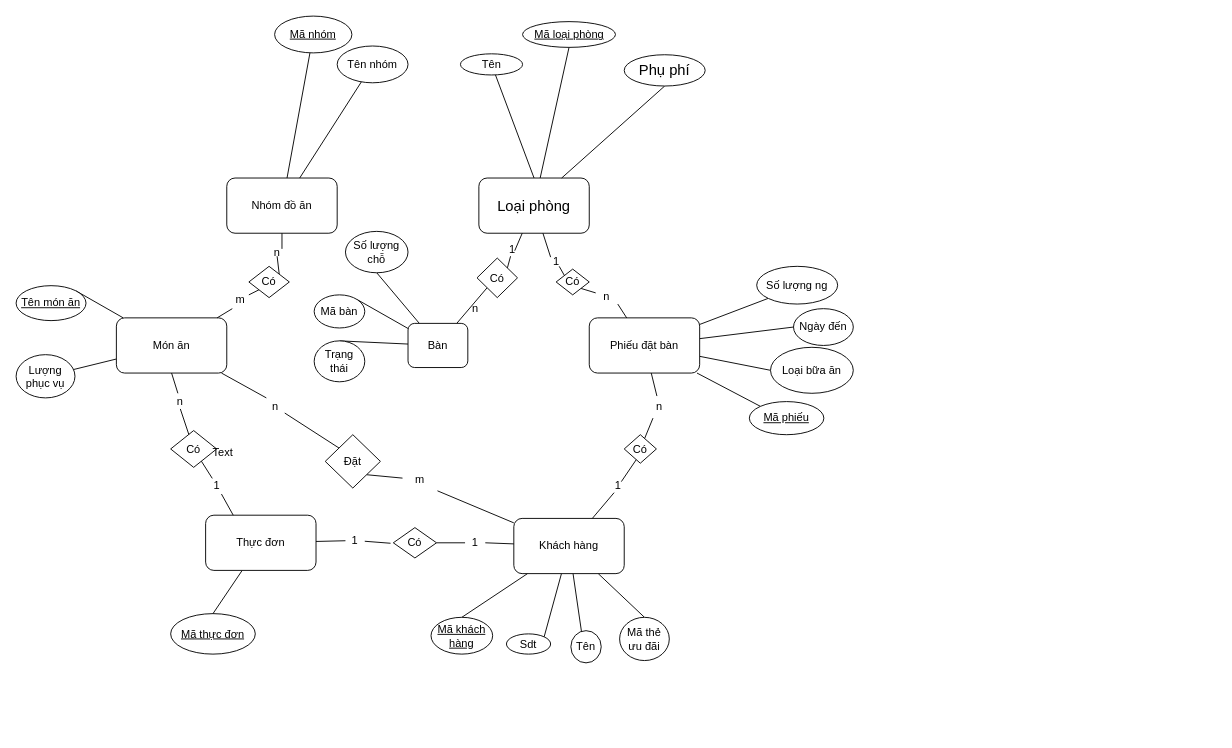
phuongman/BTVN_CSDL keeps this draw.io diagram as Nhahang.drawio. Above is the earlier version. Source tidied: cells renumbered, new cells numbered last; positions are measured from the earlier drawing's top-left corner, leaving out a move shared by most shapes. Both pictures are drawn from the tidied source at 92%, with x=0, y=0 at pixel (16, 16).
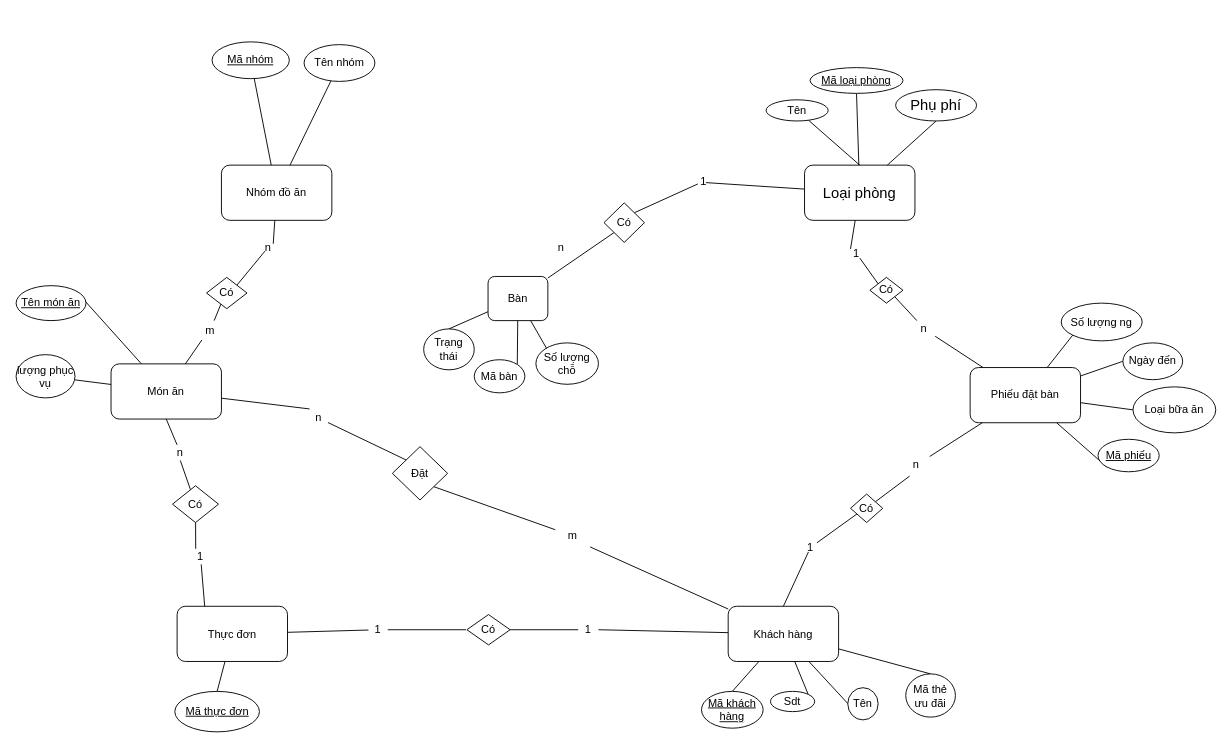
The same page after the edit.

What changed in the source:
```diff
@@
     <mxCell id="2" value="n" style="text;html=1;strokeColor=none;fillColor=none;align=center;verticalAlign=middle;whiteSpace=wrap;rounded=0;fontSize=12;fontFamily=Helvetica;fontColor=default;" parent="1" vertex="1">
-      <mxGeometry x="490.5" y="310" width="17" height="15" as="geometry" />
+      <mxGeometry x="584" y="244" width="17" height="15" as="geometry" />
     </mxCell>
@@
     <mxCell id="6" value="Bàn" style="rounded=1;whiteSpace=wrap;html=1;fontFamily=Helvetica;fontSize=12;fontColor=default;" parent="1" vertex="1">
-      <mxGeometry x="426" y="334" width="65" height="48" as="geometry" />
+      <mxGeometry x="513" y="283" width="65" height="48" as="geometry" />
     </mxCell>
@@
     <mxCell id="10" value="Loại phòng" style="rounded=1;whiteSpace=wrap;html=1;fontSize=16;" parent="1" vertex="1">
-      <mxGeometry x="503" y="176" width="120" height="60" as="geometry" />
+      <mxGeometry x="857" y="162" width="120" height="60" as="geometry" />
     </mxCell>
@@
     <mxCell id="12" value="Phụ phí" style="ellipse;whiteSpace=wrap;html=1;fontSize=16;" parent="1" vertex="1">
-      <mxGeometry x="661" y="42" width="88" height="34" as="geometry" />
+      <mxGeometry x="956" y="80" width="88" height="34" as="geometry" />
     </mxCell>
@@
     <mxCell id="20" value="Khách hàng" style="rounded=1;whiteSpace=wrap;html=1;fontFamily=Helvetica;fontSize=12;fontColor=default;" parent="1" vertex="1">
-      <mxGeometry x="541" y="546" width="120" height="60" as="geometry" />
+      <mxGeometry x="774" y="641.5" width="120" height="60" as="geometry" />
     </mxCell>
@@
     <mxCell id="26" value="Phiếu đặt bàn" style="rounded=1;whiteSpace=wrap;html=1;fontFamily=Helvetica;fontSize=12;fontColor=default;" parent="1" vertex="1">
-      <mxGeometry x="623" y="328" width="120" height="60" as="geometry" />
+      <mxGeometry x="1037" y="382" width="120" height="60" as="geometry" />
     </mxCell>
@@
     <mxCell id="28" value="Nhóm đồ ăn" style="rounded=1;whiteSpace=wrap;html=1;fontFamily=Helvetica;fontSize=12;fontColor=default;" parent="1" vertex="1">
-      <mxGeometry x="229" y="176" width="120" height="60" as="geometry" />
+      <mxGeometry x="223.2" y="162" width="120" height="60" as="geometry" />
     </mxCell>
@@
-    <mxCell id="31" style="edgeStyle=none;shape=connector;rounded=0;jettySize=auto;html=1;entryX=0;entryY=1;entryDx=0;entryDy=0;labelBackgroundColor=default;strokeColor=default;align=center;verticalAlign=middle;fontFamily=Helvetica;fontSize=12;fontColor=default;endArrow=none;endFill=0;startSize=8;endSize=8;" parent="1" edge="1" source="93" target="58">
+    <mxCell id="31" style="edgeStyle=none;shape=connector;rounded=0;jettySize=auto;html=1;entryX=0.355;entryY=0.853;entryDx=0;entryDy=0;labelBackgroundColor=default;strokeColor=default;align=center;verticalAlign=middle;fontFamily=Helvetica;fontSize=12;fontColor=default;endArrow=none;endFill=0;startSize=8;endSize=8;entryPerimeter=0;" parent="1" edge="1" source="93" target="58">
       <mxGeometry relative="1" as="geometry" />
     </mxCell>
@@
     <mxCell id="33" value="Món ăn" style="rounded=1;whiteSpace=wrap;html=1;fontFamily=Helvetica;fontSize=12;fontColor=default;" parent="1" vertex="1">
-      <mxGeometry x="109" y="328" width="120" height="60" as="geometry" />
+      <mxGeometry x="103.2" y="378" width="120" height="60" as="geometry" />
     </mxCell>
@@
     <mxCell id="35" style="edgeStyle=none;shape=connector;rounded=0;jettySize=auto;html=1;labelBackgroundColor=default;strokeColor=default;align=center;verticalAlign=middle;fontFamily=Helvetica;fontSize=12;fontColor=default;endArrow=none;endFill=0;startSize=8;endSize=8;" parent="1" edge="1" source="89">
       <mxGeometry relative="1" as="geometry">
-        <mxPoint x="407" y="573" as="targetPoint" />
+        <mxPoint x="489" y="667" as="targetPoint" />
       </mxGeometry>
     </mxCell>
     <mxCell id="36" value="Thực đơn" style="rounded=1;whiteSpace=wrap;html=1;fontFamily=Helvetica;fontSize=12;fontColor=default;" parent="1" vertex="1">
-      <mxGeometry x="206" y="542.5" width="120" height="60" as="geometry" />
+      <mxGeometry x="175" y="641.5" width="120" height="60" as="geometry" />
     </mxCell>
@@
     <mxCell id="38" value="Tên" style="ellipse;whiteSpace=wrap;html=1;fontFamily=Helvetica;fontSize=12;fontColor=default;" parent="1" vertex="1">
-      <mxGeometry x="483" y="41" width="67.5" height="23" as="geometry" />
+      <mxGeometry x="815.2" y="91" width="67.5" height="23" as="geometry" />
     </mxCell>
     <mxCell id="39" value="&lt;u&gt;Mã loại phòng&lt;/u&gt;" style="ellipse;whiteSpace=wrap;html=1;fontFamily=Helvetica;fontSize=12;fontColor=default;" parent="1" vertex="1">
-      <mxGeometry x="550.5" y="6" width="101" height="28" as="geometry" />
+      <mxGeometry x="863" y="56" width="101" height="28" as="geometry" />
     </mxCell>
@@
     <mxCell id="41" value="Tên nhóm" style="ellipse;whiteSpace=wrap;html=1;fontFamily=Helvetica;fontSize=12;fontColor=default;" parent="1" vertex="1">
-      <mxGeometry x="349" y="32.5" width="77" height="40" as="geometry" />
+      <mxGeometry x="313" y="31" width="77" height="40" as="geometry" />
     </mxCell>
@@
     <mxCell id="43" value="&lt;u&gt;Mã nhóm&lt;/u&gt;" style="ellipse;whiteSpace=wrap;html=1;fontFamily=Helvetica;fontSize=12;fontColor=default;" parent="1" vertex="1">
-      <mxGeometry x="281" width="84" height="40" as="geometry" />
+      <mxGeometry x="213" y="28" width="84" height="40" as="geometry" />
     </mxCell>
@@
-    <mxCell id="45" value="Lượng phục vụ" style="ellipse;whiteSpace=wrap;html=1;fontFamily=Helvetica;fontSize=12;fontColor=default;" parent="1" vertex="1">
+    <mxCell id="45" value="lượng phục vụ" style="ellipse;whiteSpace=wrap;html=1;fontFamily=Helvetica;fontSize=12;fontColor=default;" parent="1" vertex="1">
       <mxGeometry y="368" width="64" height="47" as="geometry" />
     </mxCell>
     <mxCell id="46" value="Sdt" style="ellipse;whiteSpace=wrap;html=1;fontFamily=Helvetica;fontSize=12;fontColor=default;" parent="1" vertex="1">
-      <mxGeometry x="533" y="671.5" width="48" height="22" as="geometry" />
+      <mxGeometry x="820" y="734" width="48" height="22" as="geometry" />
     </mxCell>
     <mxCell id="47" value="Tên" style="ellipse;whiteSpace=wrap;html=1;fontFamily=Helvetica;fontSize=12;fontColor=default;direction=west;" parent="1" vertex="1">
-      <mxGeometry x="603" y="668" width="33" height="35" as="geometry" />
+      <mxGeometry x="904" y="730" width="33" height="35" as="geometry" />
     </mxCell>
     <mxCell id="48" value="Mã thẻ ưu đãi" style="ellipse;whiteSpace=wrap;html=1;fontFamily=Helvetica;fontSize=12;fontColor=default;" parent="1" vertex="1">
-      <mxGeometry x="656" y="653.5" width="54" height="47" as="geometry" />
+      <mxGeometry x="967" y="715" width="54" height="47" as="geometry" />
     </mxCell>
     <mxCell id="49" value="Ngày đến" style="ellipse;whiteSpace=wrap;html=1;fontFamily=Helvetica;fontSize=12;fontColor=default;" parent="1" vertex="1">
-      <mxGeometry x="845" y="318" width="65" height="40" as="geometry" />
+      <mxGeometry x="1203" y="355.2" width="65" height="40" as="geometry" />
     </mxCell>
     <mxCell id="50" value="Số lượng ng" style="ellipse;whiteSpace=wrap;html=1;fontFamily=Helvetica;fontSize=12;fontColor=default;" parent="1" vertex="1">
-      <mxGeometry x="805" y="272" width="88" height="41" as="geometry" />
+      <mxGeometry x="1136" y="312" width="88" height="41" as="geometry" />
     </mxCell>
-    <mxCell id="51" value="&lt;u&gt;Mã phiếu&lt;/u&gt;" style="ellipse;whiteSpace=wrap;html=1;fontFamily=Helvetica;fontSize=12;fontColor=default;" parent="1" vertex="1">
-      <mxGeometry x="797" y="419" width="81" height="36" as="geometry" />
+    <mxCell id="51" value="&lt;u&gt;Mã phiếu&lt;/u&gt;" style="ellipse;whiteSpace=wrap;html=1;fontFamily=Helvetica;fontSize=12;fontColor=default;rotation=0;direction=north;" parent="1" vertex="1">
+      <mxGeometry x="1176" y="460" width="66.5" height="35.3" as="geometry" />
     </mxCell>
     <mxCell id="52" value="Loại bữa ăn" style="ellipse;whiteSpace=wrap;html=1;fontFamily=Helvetica;fontSize=12;fontColor=default;" parent="1" vertex="1">
-      <mxGeometry x="820" y="360" width="90" height="50" as="geometry" />
+      <mxGeometry x="1214" y="403" width="90" height="50" as="geometry" />
     </mxCell>
     <mxCell id="53" value="&lt;u&gt;Mã thực đơn&lt;/u&gt;" style="ellipse;whiteSpace=wrap;html=1;fontFamily=Helvetica;fontSize=12;fontColor=default;" parent="1" vertex="1">
-      <mxGeometry x="168" y="649.5" width="92" height="44" as="geometry" />
+      <mxGeometry x="172.5" y="734" width="92" height="44" as="geometry" />
     </mxCell>
     <mxCell id="54" value="&lt;u&gt;Mã khách hàng&lt;/u&gt;" style="ellipse;whiteSpace=wrap;html=1;fontFamily=Helvetica;fontSize=12;fontColor=default;" parent="1" vertex="1">
-      <mxGeometry x="451" y="653.5" width="67" height="40" as="geometry" />
+      <mxGeometry x="745" y="734" width="67" height="40" as="geometry" />
     </mxCell>
@@
     <mxCell id="56" value="Có" style="rhombus;whiteSpace=wrap;html=1;fontFamily=Helvetica;fontSize=12;fontColor=default;" parent="1" vertex="1">
-      <mxGeometry x="661" y="455" width="35" height="31" as="geometry" />
+      <mxGeometry x="907" y="519.5" width="35" height="31" as="geometry" />
     </mxCell>
     <mxCell id="57" value="Có" style="rhombus;whiteSpace=wrap;html=1;fontFamily=Helvetica;fontSize=12;fontColor=default;" parent="1" vertex="1">
-      <mxGeometry x="587" y="275" width="36" height="28" as="geometry" />
+      <mxGeometry x="928" y="284" width="36" height="28" as="geometry" />
     </mxCell>
     <mxCell id="58" value="Có" style="rhombus;whiteSpace=wrap;html=1;fontFamily=Helvetica;fontSize=12;fontColor=default;" parent="1" vertex="1">
-      <mxGeometry x="253" y="272" width="44" height="34" as="geometry" />
+      <mxGeometry x="207" y="284" width="44" height="34" as="geometry" />
     </mxCell>
@@
     <mxCell id="61" value="Có" style="rhombus;whiteSpace=wrap;html=1;fontFamily=Helvetica;fontSize=12;fontColor=default;" parent="1" vertex="1">
-      <mxGeometry x="168" y="450.5" width="50" height="40" as="geometry" />
+      <mxGeometry x="170" y="510.5" width="50" height="40" as="geometry" />
     </mxCell>
     <mxCell id="62" value="Có" style="rhombus;whiteSpace=wrap;html=1;fontFamily=Helvetica;fontSize=12;fontColor=default;" parent="1" vertex="1">
-      <mxGeometry x="410" y="556" width="47" height="33" as="geometry" />
+      <mxGeometry x="490" y="650.5" width="47" height="33" as="geometry" />
     </mxCell>
@@
     <mxCell id="64" value="Mã bàn" style="ellipse;whiteSpace=wrap;html=1;fontFamily=Helvetica;fontSize=12;fontColor=default;" parent="1" vertex="1">
-      <mxGeometry x="324" y="303" width="55" height="36" as="geometry" />
+      <mxGeometry x="498" y="373.5" width="55" height="36" as="geometry" />
     </mxCell>
     <mxCell id="65" value="Số lượng chỗ" style="ellipse;whiteSpace=wrap;html=1;fontFamily=Helvetica;fontSize=12;fontColor=default;" parent="1" vertex="1">
-      <mxGeometry x="358" y="234" width="68" height="45" as="geometry" />
+      <mxGeometry x="565" y="355.2" width="68" height="45" as="geometry" />
     </mxCell>
     <mxCell id="66" value="Trạng thái" style="ellipse;whiteSpace=wrap;html=1;fontFamily=Helvetica;fontSize=12;fontColor=default;" parent="1" vertex="1">
-      <mxGeometry x="324" y="353" width="55" height="44.5" as="geometry" />
+      <mxGeometry x="443" y="340" width="55" height="44.5" as="geometry" />
     </mxCell>
     <mxCell id="67" value="Có" style="rhombus;whiteSpace=wrap;html=1;fontFamily=Helvetica;fontSize=12;fontColor=default;direction=south;" parent="1" vertex="1">
-      <mxGeometry x="501" y="263" width="44" height="43" as="geometry" />
+      <mxGeometry x="639" y="203" width="44" height="43" as="geometry" />
     </mxCell>
     <mxCell id="68" value="Đặt" style="rhombus;whiteSpace=wrap;html=1;fontFamily=Helvetica;fontSize=12;fontColor=default;" parent="1" vertex="1">
-      <mxGeometry x="336" y="455" width="60" height="58" as="geometry" />
+      <mxGeometry x="409" y="468" width="60" height="58" as="geometry" />
     </mxCell>
@@
     <mxCell id="70" value="1&lt;br&gt;" style="text;html=1;strokeColor=none;fillColor=none;align=center;verticalAlign=middle;whiteSpace=wrap;rounded=0;" parent="1" vertex="1">
-      <mxGeometry x="581" y="262" width="13" height="10" as="geometry" />
+      <mxGeometry x="907" y="253" width="13" height="10" as="geometry" />
     </mxCell>
@@
     <mxCell id="72" value="n" style="text;html=1;strokeColor=none;fillColor=none;align=center;verticalAlign=middle;whiteSpace=wrap;rounded=0;fontSize=12;fontFamily=Helvetica;fontColor=default;rotation=0;" parent="1" vertex="1">
-      <mxGeometry x="630" y="296" width="24" height="17" as="geometry" />
+      <mxGeometry x="975" y="331" width="24" height="17" as="geometry" />
     </mxCell>
-    <mxCell id="73" style="edgeStyle=none;shape=connector;rounded=0;jettySize=auto;html=1;labelBackgroundColor=default;strokeColor=default;align=center;verticalAlign=middle;fontFamily=Helvetica;fontSize=12;fontColor=default;endArrow=none;endFill=0;startSize=8;endSize=8;" parent="1" edge="1" source="20">
-      <mxGeometry relative="1" as="geometry">
-        <mxPoint x="650" y="518" as="targetPoint" />
-      </mxGeometry>
-    </mxCell>
+    <mxCell id="96" style="rounded=0;jettySize=auto;html=1;entryX=0.5;entryY=0;entryDx=0;entryDy=0;endArrow=none;endFill=0;" parent="1" edge="1" source="74" target="20">
+      <mxGeometry relative="1" as="geometry" />
+    </mxCell>
     <mxCell id="74" value="1" style="text;html=1;strokeColor=none;fillColor=none;align=center;verticalAlign=middle;whiteSpace=wrap;rounded=0;fontSize=12;fontFamily=Helvetica;fontColor=default;" parent="1" vertex="1">
-      <mxGeometry x="640" y="506" width="29" height="10" as="geometry" />
+      <mxGeometry x="849" y="572.5" width="29" height="10" as="geometry" />
     </mxCell>
@@
     <mxCell id="76" value="n" style="text;html=1;strokeColor=none;fillColor=none;align=center;verticalAlign=middle;whiteSpace=wrap;rounded=0;fontSize=12;fontFamily=Helvetica;fontColor=default;" parent="1" vertex="1">
-      <mxGeometry x="685" y="413" width="29" height="24" as="geometry" />
+      <mxGeometry x="964" y="476" width="29" height="24" as="geometry" />
     </mxCell>
@@
     <mxCell id="78" value="m" style="text;html=1;strokeColor=none;fillColor=none;align=center;verticalAlign=middle;whiteSpace=wrap;rounded=0;fontSize=12;fontFamily=Helvetica;fontColor=default;" parent="1" vertex="1">
-      <mxGeometry x="420" y="492" width="38" height="24" as="geometry" />
+      <mxGeometry x="586" y="553" width="38" height="24" as="geometry" />
     </mxCell>
@@
     <mxCell id="80" value="n" style="text;html=1;strokeColor=none;fillColor=none;align=center;verticalAlign=middle;whiteSpace=wrap;rounded=0;fontSize=12;fontFamily=Helvetica;fontColor=default;" parent="1" vertex="1">
-      <mxGeometry x="272" y="415" width="20" height="20" as="geometry" />
+      <mxGeometry x="319" y="427" width="20" height="20" as="geometry" />
     </mxCell>
@@
     <mxCell id="82" value="1" style="text;html=1;strokeColor=none;fillColor=none;align=center;verticalAlign=middle;whiteSpace=wrap;rounded=0;fontSize=12;fontFamily=Helvetica;fontColor=default;" parent="1" vertex="1">
-      <mxGeometry x="208" y="502.5" width="21" height="17" as="geometry" />
+      <mxGeometry x="190" y="579" width="21" height="17" as="geometry" />
     </mxCell>
-    <mxCell id="83" value="Text" style="text;html=1;strokeColor=none;fillColor=none;align=center;verticalAlign=middle;whiteSpace=wrap;rounded=0;fontSize=12;fontFamily=Helvetica;fontColor=default;" parent="1" vertex="1">
-      <mxGeometry x="195" y="460" width="60" height="30" as="geometry" />
-    </mxCell>
@@
     <mxCell id="85" value="n" style="text;html=1;strokeColor=none;fillColor=none;align=center;verticalAlign=middle;whiteSpace=wrap;rounded=0;fontSize=12;fontFamily=Helvetica;fontColor=default;" parent="1" vertex="1">
-      <mxGeometry x="170" y="410" width="17" height="17" as="geometry" />
+      <mxGeometry x="170" y="466" width="17" height="17" as="geometry" />
     </mxCell>
@@
     <mxCell id="87" value="1" style="text;html=1;strokeColor=none;fillColor=none;align=center;verticalAlign=middle;whiteSpace=wrap;rounded=0;fontSize=12;fontFamily=Helvetica;fontColor=default;" parent="1" vertex="1">
-      <mxGeometry x="488" y="562.5" width="22" height="20" as="geometry" />
+      <mxGeometry x="611" y="657" width="22" height="20" as="geometry" />
     </mxCell>
@@
     <mxCell id="89" value="1" style="text;html=1;strokeColor=none;fillColor=none;align=center;verticalAlign=middle;whiteSpace=wrap;rounded=0;fontSize=12;fontFamily=Helvetica;fontColor=default;" parent="1" vertex="1">
-      <mxGeometry x="358" y="560" width="21" height="20" as="geometry" />
+      <mxGeometry x="383" y="657" width="21" height="20" as="geometry" />
     </mxCell>
@@
     <mxCell id="91" value="n" style="text;html=1;strokeColor=none;fillColor=none;align=center;verticalAlign=middle;whiteSpace=wrap;rounded=0;fontSize=12;fontFamily=Helvetica;fontColor=default;" parent="1" vertex="1">
-      <mxGeometry x="277.5" y="253" width="11.5" height="8" as="geometry" />
+      <mxGeometry x="268" y="247.5" width="11.5" height="8" as="geometry" />
     </mxCell>
@@
     <mxCell id="93" value="m" style="text;html=1;strokeColor=none;fillColor=none;align=center;verticalAlign=middle;whiteSpace=wrap;rounded=0;fontSize=12;fontFamily=Helvetica;fontColor=default;" parent="1" vertex="1">
-      <mxGeometry x="235" y="297" width="18" height="21" as="geometry" />
+      <mxGeometry x="202" y="331" width="18" height="21" as="geometry" />
     </mxCell>
     <mxCell id="94" style="edgeStyle=none;shape=connector;rounded=0;jettySize=auto;html=1;entryX=0.692;entryY=0.6;entryDx=0;entryDy=0;labelBackgroundColor=default;strokeColor=default;align=center;verticalAlign=middle;fontFamily=Helvetica;fontSize=12;fontColor=default;endArrow=none;endFill=0;startSize=8;endSize=8;entryPerimeter=0;" parent="1" edge="1" source="10" target="95">
-      <mxGeometry relative="1" as="geometry">
-        <Array as="points">
-          <mxPoint x="542" y="255" />
-        </Array>
-      </mxGeometry>
+      <mxGeometry relative="1" as="geometry" />
     </mxCell>
     <mxCell id="95" value="1" style="text;html=1;strokeColor=none;fillColor=none;align=center;verticalAlign=middle;whiteSpace=wrap;rounded=0;fontSize=12;fontFamily=Helvetica;fontColor=default;" parent="1" vertex="1">
-      <mxGeometry x="533" y="246" width="13" height="15" as="geometry" />
+      <mxGeometry x="741" y="172" width="13" height="15" as="geometry" />
     </mxCell>
```
